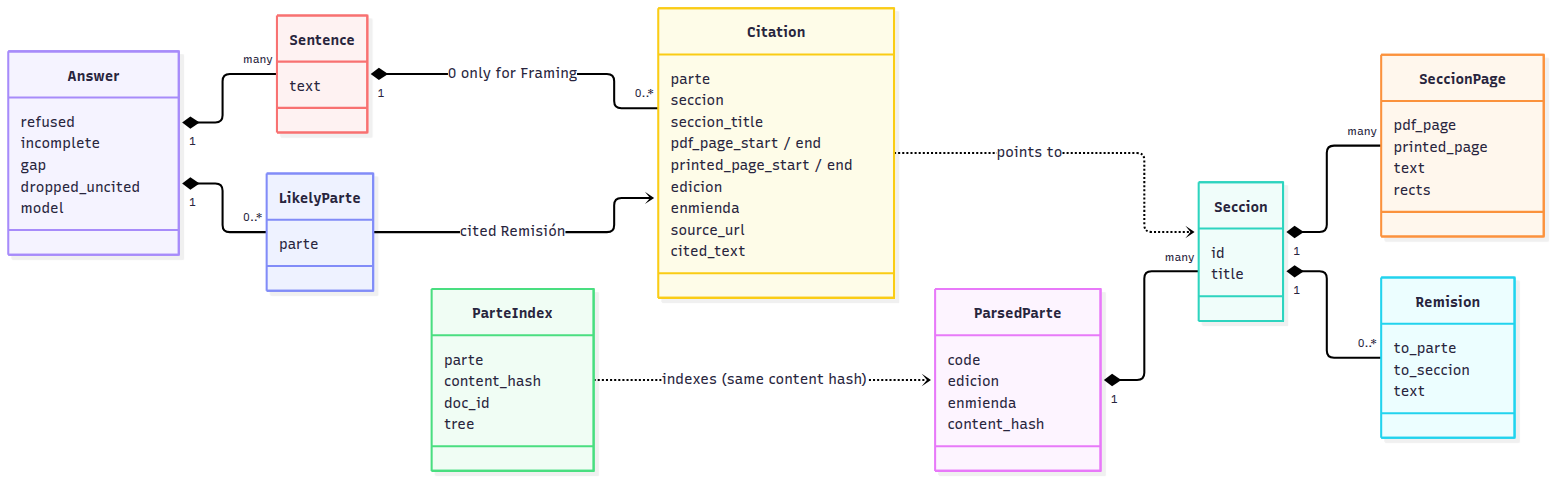
Above: docs/diagrams/domain-model.png in Guernik/raac-rag (Mermaid), before the change. Its source is kept beside it as docs/diagrams/domain-model.mmd.
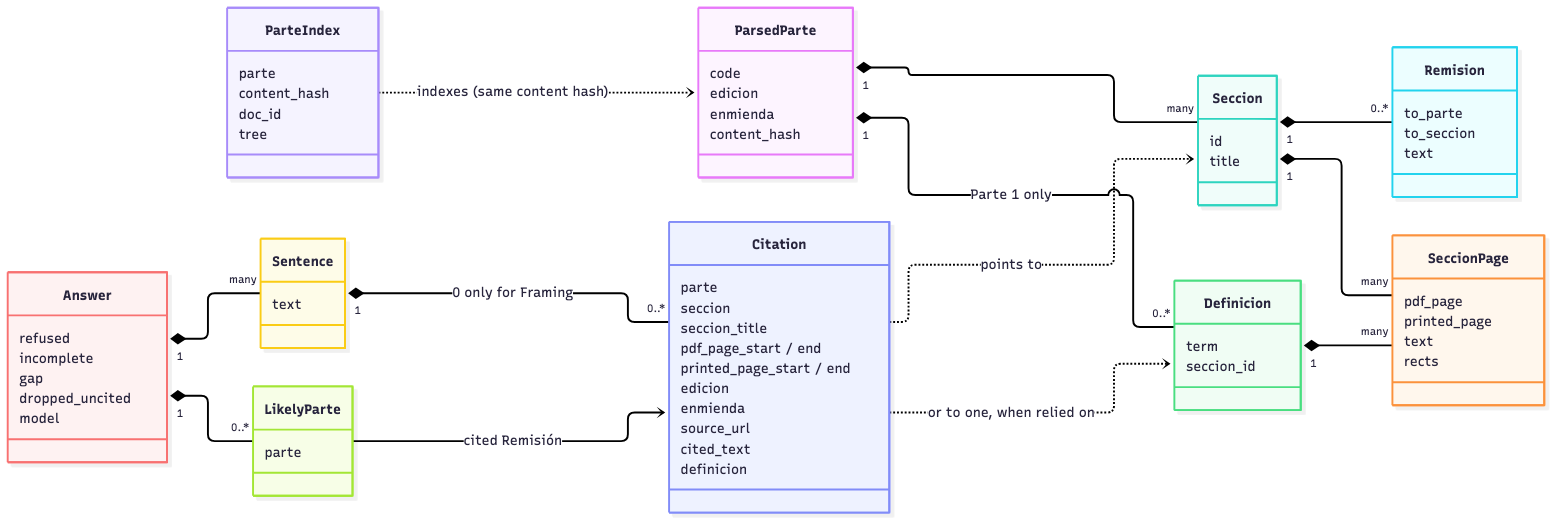
Above is the later version.

What changed in the source:
```diff
@@ -20,6 +20,10 @@
         to_parte
         to_seccion
         text
+    }
+    class Definicion {
+        term
+        seccion_id
     }
     class ParteIndex {
         parte
@@ -47,6 +51,7 @@
         enmienda
         source_url
         cited_text
+        definicion
     }
     class LikelyParte {
         parte
@@ -54,9 +59,12 @@
     ParsedParte "1" *-- "many" Seccion
     Seccion "1" *-- "many" SeccionPage
     Seccion "1" *-- "0..*" Remision
+    ParsedParte "1" *-- "0..*" Definicion : Parte 1 only
+    Definicion "1" *-- "many" SeccionPage
     ParteIndex ..> ParsedParte : indexes (same content hash)
     Answer "1" *-- "many" Sentence
     Sentence "1" *-- "0..*" Citation : 0 only for Framing
     Answer "1" *-- "0..*" LikelyParte
     LikelyParte --> Citation : cited Remisión
     Citation ..> Seccion : points to
+    Citation ..> Definicion : or to one, when relied on
```
